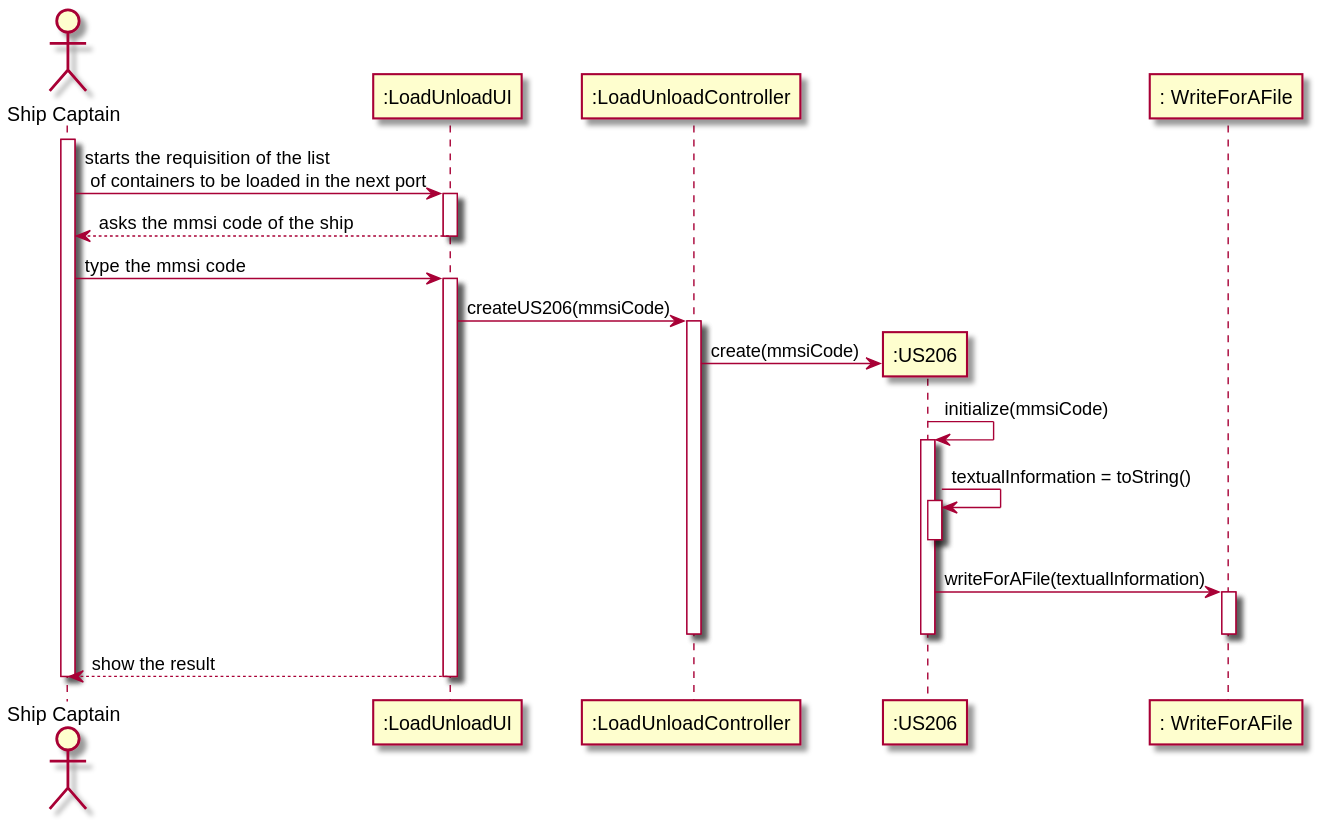
The PlantUML diagram docs/US206/US206_SD.svg in 0franciscor/lapr3-2021-g042, before a commit.
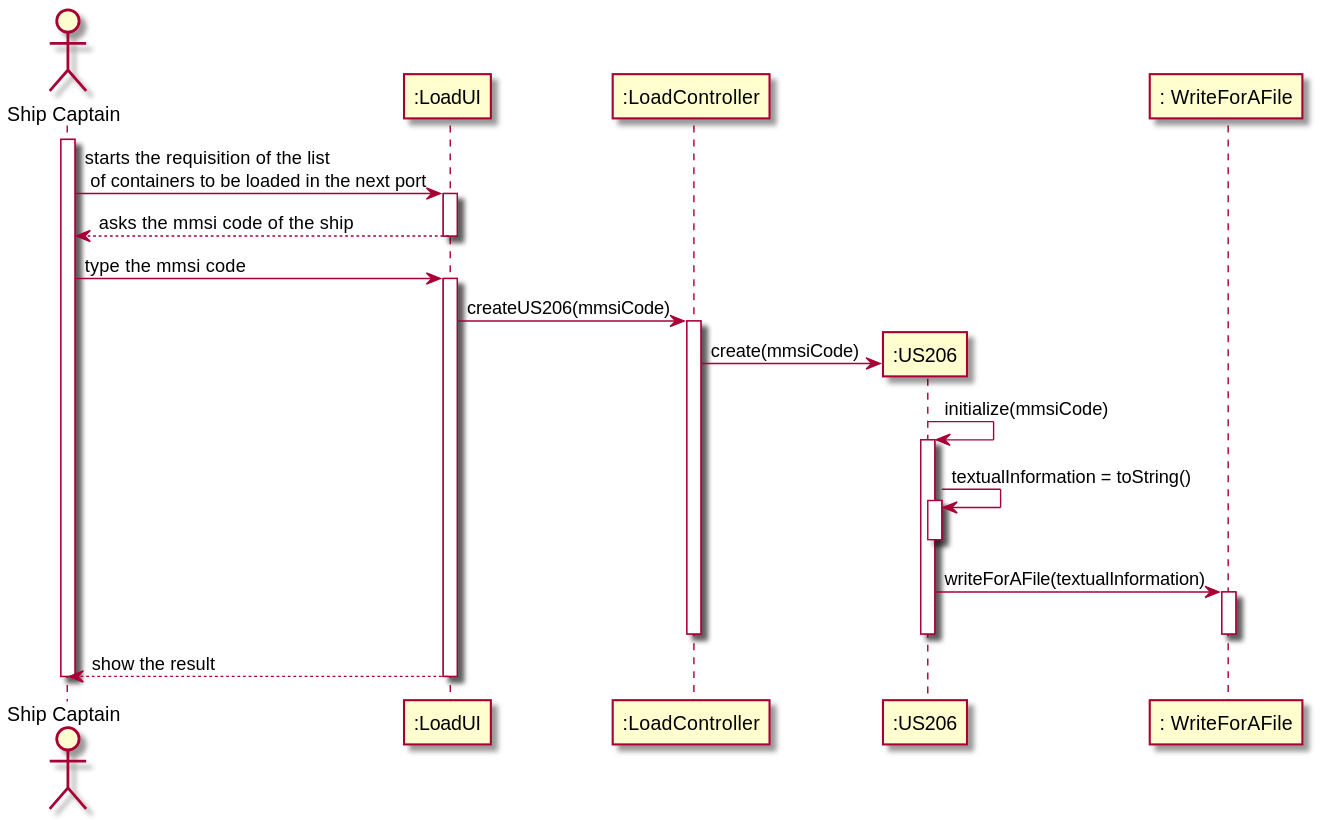
Later version of the same file.

Diff of the diagram source:
```diff
@@ -1,8 +1,8 @@
 @startuml
 
 actor "Ship Captain" as SC
-participant ":LoadUnloadUI" as UI
-participant ":LoadUnloadController" as CT
+participant ":LoadUI" as UI
+participant ":LoadController" as CT
 participant ":US206" as US
 participant ": WriteForAFile" as WF
 
```
